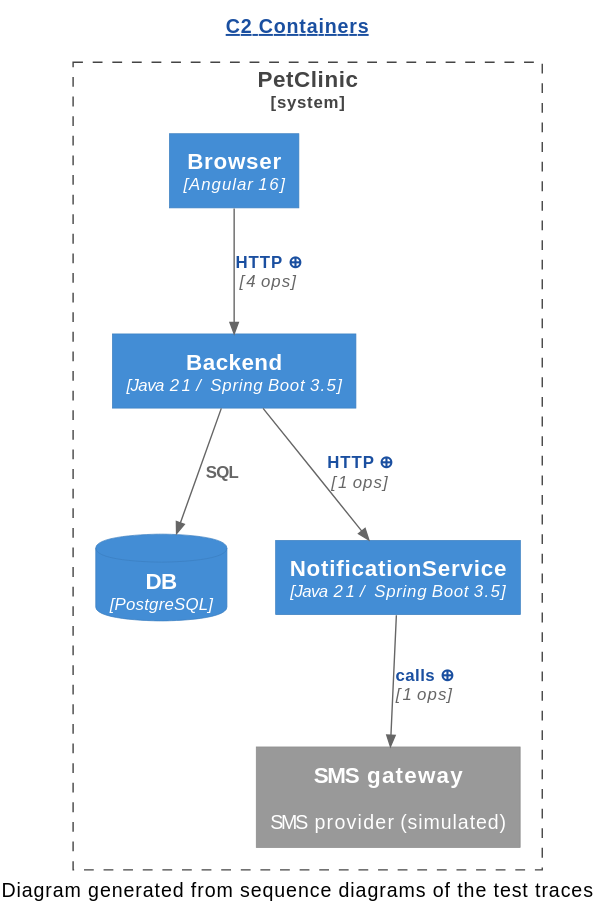
Earlier version of the PlantUML export demo/demo2/assets/c2/C2-Containers.diff.svg (Winandvdb/human-review). The source it was exported from:
```plantuml
@startuml
!include <C4/C4_Container>
HIDE_STEREOTYPE()
skinparam hyperlinkUnderline false
skinparam hyperlinkColor #1A4FA0
title [[https://c4model.com/diagrams/container{What is a C2 diagram?} C2 Containers]]
System_Boundary(c2_system, "PetClinic") {
  Container(Backend, "Backend", "Java 21 / Spring Boot 3.5", "")
  Container(Browser, "Browser", "Angular 16", "")
  ContainerDb(DB, "DB", "PostgreSQL", "")
  Container(NotificationService, "NotificationService", "Java 21 / Spring Boot 3.5", "")
  System_Ext(SMS_gateway, "SMS gateway", "SMS provider (simulated)", "")
}
Rel(Backend, DB, "SQL", "")
Rel(Backend, NotificationService, "[[genseq://c2-279a196c9d{Click for the calls behind this line} HTTP ⊕]]", "1 ops")
Rel(Browser, Backend, "[[genseq://c2-43d2943456{Click for the calls behind this line} HTTP ⊕]]", "4 ops")
Rel(NotificationService, SMS_gateway, "[[genseq://c2-cb01a30b7a{Click for the calls behind this line} calls ⊕]]", "1 ops")
caption Diagram generated from sequence diagrams of the test traces
@enduml
```
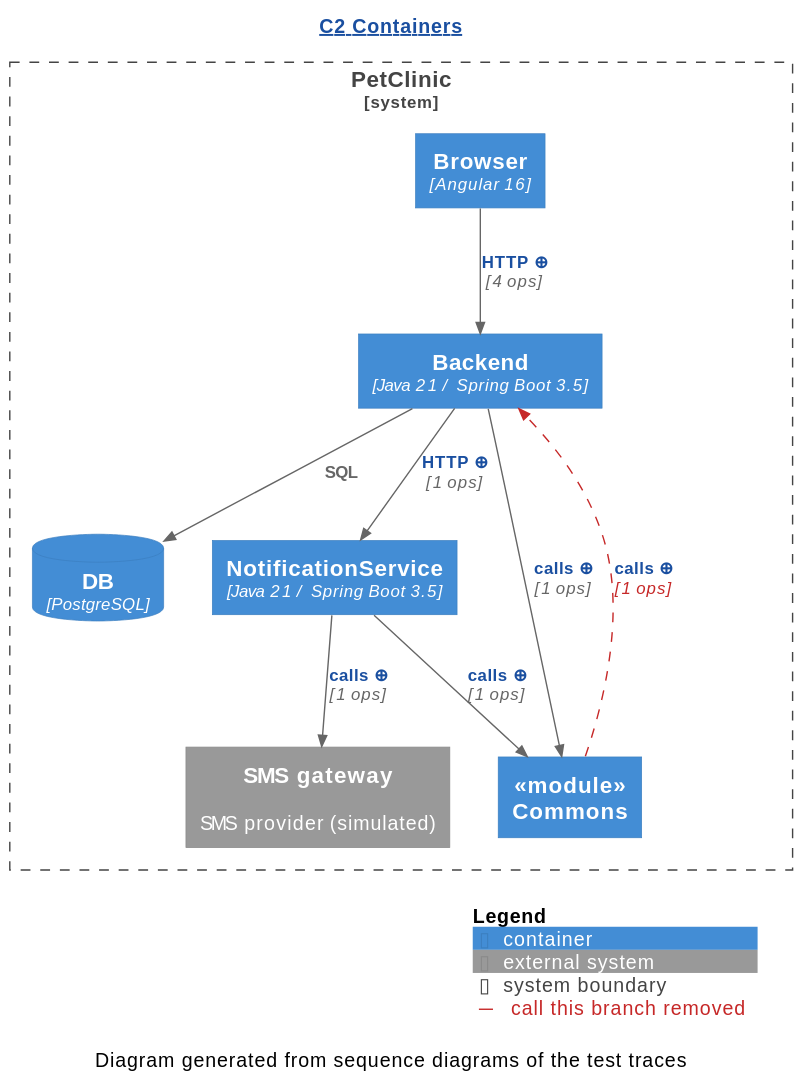
After the commit.

Change to the diagram source:
```diff
@@ -3,6 +3,8 @@
 HIDE_STEREOTYPE()
 skinparam hyperlinkUnderline false
 skinparam hyperlinkColor #1A4FA0
+AddElementTag("removed", $bgColor="#C62828", $fontColor="#FFFFFF", $borderColor="#8E0000", $legendText="removed by this branch")
+AddRelTag("removed", $textColor="#C62828", $lineColor="#C62828", $lineStyle=DashedLine(), $legendText="call this branch removed")
 title [[https://c4model.com/diagrams/container{What is a C2 diagram?} C2 Containers]]
 System_Boundary(c2_system, "PetClinic") {
   Container(Backend, "Backend", "Java 21 / Spring Boot 3.5", "")
@@ -10,10 +12,15 @@
   ContainerDb(DB, "DB", "PostgreSQL", "")
   Container(NotificationService, "NotificationService", "Java 21 / Spring Boot 3.5", "")
   System_Ext(SMS_gateway, "SMS gateway", "SMS provider (simulated)", "")
+  Container(_module__nCommons, "«module»\nCommons", "", "")
 }
 Rel(Backend, DB, "SQL", "")
 Rel(Backend, NotificationService, "[[genseq://c2-279a196c9d{Click for the calls behind this line} HTTP ⊕]]", "1 ops")
+Rel(Backend, _module__nCommons, "[[genseq://c2-103d57f8db{Click for the calls behind this line} calls ⊕]]", "1 ops")
 Rel(Browser, Backend, "[[genseq://c2-43d2943456{Click for the calls behind this line} HTTP ⊕]]", "4 ops")
 Rel(NotificationService, SMS_gateway, "[[genseq://c2-cb01a30b7a{Click for the calls behind this line} calls ⊕]]", "1 ops")
+Rel(NotificationService, _module__nCommons, "[[genseq://c2-e128eb6ba0{Click for the calls behind this line} calls ⊕]]", "1 ops")
+Rel(_module__nCommons, Backend, "[[genseq://c2-cd32149db2{Click for the calls behind this line} calls ⊕]]", "1 ops", $tags="removed")
+SHOW_LEGEND(true)
 caption Diagram generated from sequence diagrams of the test traces
 @enduml
```
